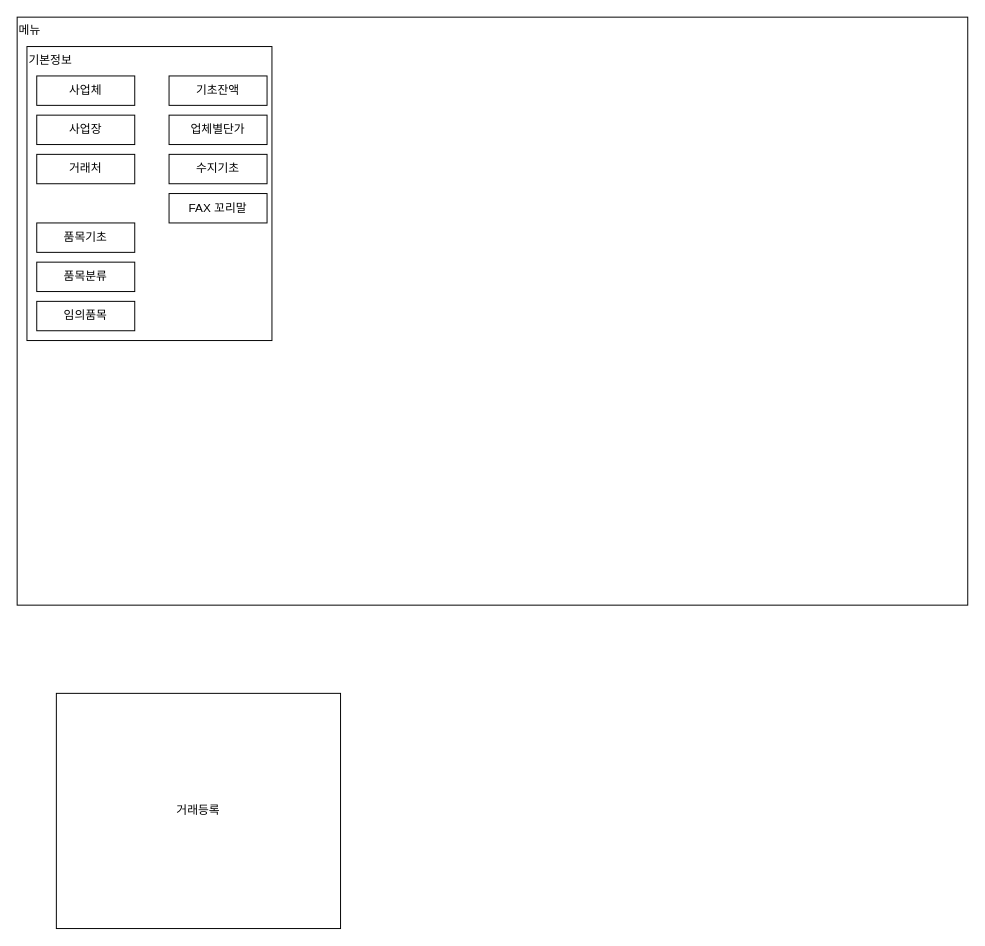
This is Untitled Diagram.drawio from JHKim8212/ERP_Design, a draw.io file, before an edit. Source tidied: cells renumbered, new cells numbered last; positions are measured from the earlier drawing's top-left corner, leaving out a move shared by most shapes. Both pictures are drawn from the tidied source at 98%, with x=0, y=0 at pixel (17, 17).
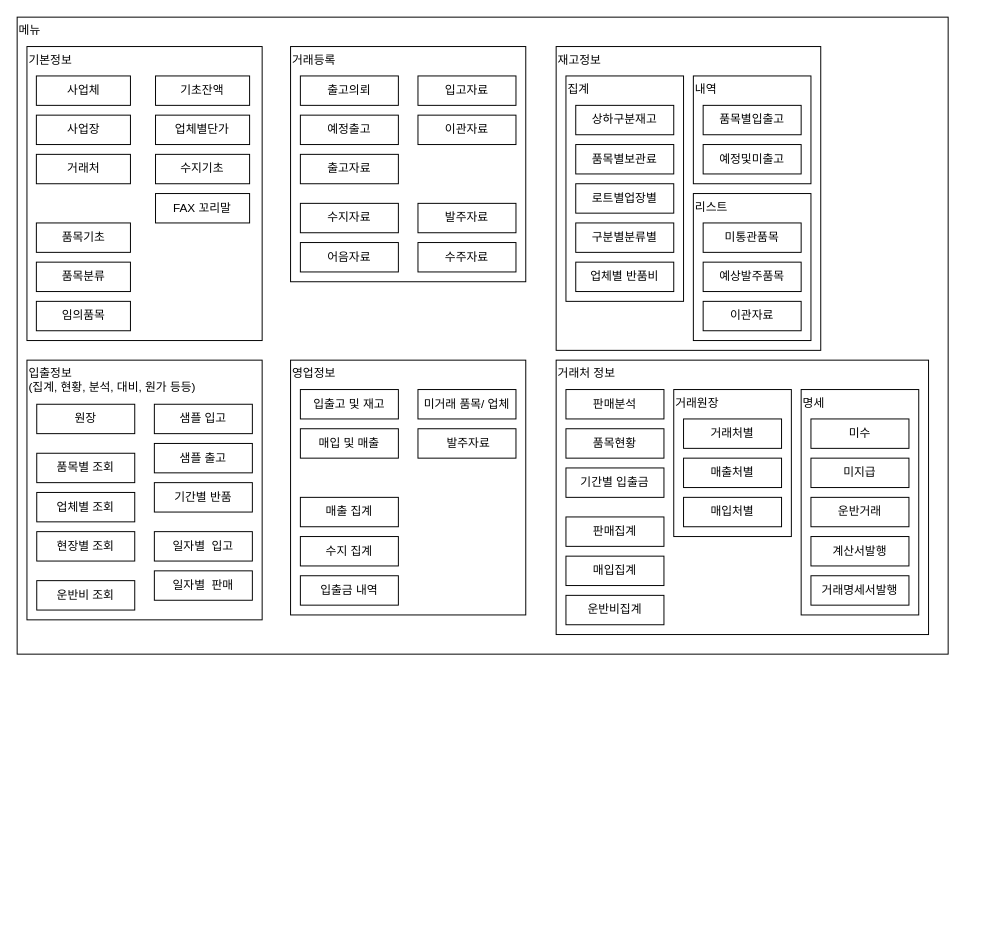
The same page after the edit.

Commit message:
Draw Menu

The edit, as a diff of the source:
```diff
@@
     <mxCell id="2" value="메뉴" style="rounded=0;whiteSpace=wrap;html=1;verticalAlign=top;align=left;" parent="1" vertex="1">
-      <mxGeometry width="970" height="600" as="geometry" />
+      <mxGeometry width="950" height="650" as="geometry" />
     </mxCell>
     <mxCell id="3" style="group;" parent="1" vertex="1">
-      <mxGeometry x="10" y="30" width="250" height="300" as="geometry" />
+      <mxGeometry x="10" y="30" width="240" height="300" as="geometry" />
     </mxCell>
     <mxCell id="4" value="기본정보" style="rounded=0;whiteSpace=wrap;html=1;verticalAlign=top;align=left;" parent="3" vertex="1">
-      <mxGeometry width="250" height="300" as="geometry" />
+      <mxGeometry width="240" height="300" as="geometry" />
     </mxCell>
     <mxCell id="5" value="사업체" style="rounded=0;whiteSpace=wrap;html=1;" parent="3" vertex="1">
-      <mxGeometry x="10" y="30" width="100" height="30" as="geometry" />
+      <mxGeometry x="9.6" y="30" width="96" height="30" as="geometry" />
     </mxCell>
     <mxCell id="6" value="기초잔액" style="rounded=0;whiteSpace=wrap;html=1;" parent="3" vertex="1">
-      <mxGeometry x="145" y="30" width="100" height="30" as="geometry" />
+      <mxGeometry x="131.2" y="30" width="96" height="30" as="geometry" />
     </mxCell>
     <mxCell id="7" value="FAX 꼬리말" style="rounded=0;whiteSpace=wrap;html=1;" parent="3" vertex="1">
-      <mxGeometry x="145" y="150" width="100" height="30" as="geometry" />
+      <mxGeometry x="131.2" y="150" width="96" height="30" as="geometry" />
     </mxCell>
-    <mxCell id="8" value="수지기초" style="rounded=0;whiteSpace=wrap;html=1;" parent="3" vertex="1">
-      <mxGeometry x="145" y="110" width="100" height="30" as="geometry" />
-    </mxCell>
     <mxCell id="9" value="품목기초" style="rounded=0;whiteSpace=wrap;html=1;" parent="3" vertex="1">
-      <mxGeometry x="10" y="180" width="100" height="30" as="geometry" />
+      <mxGeometry x="9.6" y="180" width="96" height="30" as="geometry" />
     </mxCell>
     <mxCell id="10" value="사업장" style="rounded=0;whiteSpace=wrap;html=1;" parent="3" vertex="1">
-      <mxGeometry x="10" y="70" width="100" height="30" as="geometry" />
+      <mxGeometry x="9.6" y="70" width="96" height="30" as="geometry" />
     </mxCell>
     <mxCell id="11" value="거래처" style="rounded=0;whiteSpace=wrap;html=1;" parent="3" vertex="1">
-      <mxGeometry x="10" y="110" width="100" height="30" as="geometry" />
+      <mxGeometry x="9.6" y="110" width="96" height="30" as="geometry" />
     </mxCell>
     <mxCell id="12" value="품목분류" style="rounded=0;whiteSpace=wrap;html=1;" parent="3" vertex="1">
-      <mxGeometry x="10" y="220" width="100" height="30" as="geometry" />
+      <mxGeometry x="9.6" y="220" width="96" height="30" as="geometry" />
     </mxCell>
+    <mxCell id="14" value="임의품목" style="rounded=0;whiteSpace=wrap;html=1;" parent="3" vertex="1">
+      <mxGeometry x="9.6" y="260" width="96" height="30" as="geometry" />
+    </mxCell>
     <mxCell id="13" value="업체별단가" style="rounded=0;whiteSpace=wrap;html=1;" parent="3" vertex="1">
-      <mxGeometry x="145" y="70" width="100" height="30" as="geometry" />
+      <mxGeometry x="131.2" y="70" width="96" height="30" as="geometry" />
     </mxCell>
-    <mxCell id="14" value="임의품목" style="rounded=0;whiteSpace=wrap;html=1;" parent="3" vertex="1">
-      <mxGeometry x="10" y="260" width="100" height="30" as="geometry" />
-    </mxCell>
+    <mxCell id="8" value="수지기초" style="rounded=0;whiteSpace=wrap;html=1;" parent="3" vertex="1">
+      <mxGeometry x="131.2" y="110" width="96" height="30" as="geometry" />
+    </mxCell>
+    <mxCell id="16" style="group;" parent="1" vertex="1">
+      <mxGeometry x="279" y="30" width="240" height="240" as="geometry" />
+    </mxCell>
-    <mxCell id="15" value="거래등록" style="rounded=0;whiteSpace=wrap;html=1;" parent="1" vertex="1">
-      <mxGeometry x="40" y="690" width="290" height="240" as="geometry" />
+    <mxCell id="15" value="거래등록" style="rounded=0;whiteSpace=wrap;html=1;verticalAlign=top;align=left;" parent="16" vertex="1">
+      <mxGeometry width="240" height="240" as="geometry" />
     </mxCell>
+    <mxCell id="17" value="수주자료" style="rounded=0;whiteSpace=wrap;html=1;" parent="16" vertex="1">
+      <mxGeometry x="130" y="200" width="100" height="30" as="geometry" />
+    </mxCell>
+    <mxCell id="18" value="발주자료" style="rounded=0;whiteSpace=wrap;html=1;" parent="16" vertex="1">
+      <mxGeometry x="130" y="160" width="100" height="30" as="geometry" />
+    </mxCell>
+    <mxCell id="19" value="어음자료" style="rounded=0;whiteSpace=wrap;html=1;" parent="16" vertex="1">
+      <mxGeometry x="10" y="200" width="100" height="30" as="geometry" />
+    </mxCell>
+    <mxCell id="20" value="수지자료" style="rounded=0;whiteSpace=wrap;html=1;" parent="16" vertex="1">
+      <mxGeometry x="10" y="160" width="100" height="30" as="geometry" />
+    </mxCell>
+    <mxCell id="21" value="이관자료" style="rounded=0;whiteSpace=wrap;html=1;" parent="16" vertex="1">
+      <mxGeometry x="130" y="70" width="100" height="30" as="geometry" />
+    </mxCell>
+    <mxCell id="22" value="입고자료" style="rounded=0;whiteSpace=wrap;html=1;" parent="16" vertex="1">
+      <mxGeometry x="130" y="30" width="100" height="30" as="geometry" />
+    </mxCell>
+    <mxCell id="23" value="예정출고" style="rounded=0;whiteSpace=wrap;html=1;" parent="16" vertex="1">
+      <mxGeometry x="10" y="70" width="100" height="30" as="geometry" />
+    </mxCell>
+    <mxCell id="24" value="출고자료" style="rounded=0;whiteSpace=wrap;html=1;" parent="16" vertex="1">
+      <mxGeometry x="10" y="110" width="100" height="30" as="geometry" />
+    </mxCell>
+    <mxCell id="25" value="출고의뢰" style="rounded=0;whiteSpace=wrap;html=1;" parent="16" vertex="1">
+      <mxGeometry x="10" y="30" width="100" height="30" as="geometry" />
+    </mxCell>
+    <mxCell id="26" style="group;" parent="1" vertex="1">
+      <mxGeometry x="550" y="30" width="270" height="310" as="geometry" />
+    </mxCell>
+    <mxCell id="27" value="재고정보" style="rounded=0;whiteSpace=wrap;html=1;verticalAlign=top;align=left;" parent="26" vertex="1">
+      <mxGeometry width="270" height="310" as="geometry" />
+    </mxCell>
+    <mxCell id="28" value="리스트" style="rounded=0;whiteSpace=wrap;html=1;verticalAlign=top;align=left;" parent="26" vertex="1">
+      <mxGeometry x="140" y="150" width="120" height="150" as="geometry" />
+    </mxCell>
+    <mxCell id="29" value="내역" style="rounded=0;whiteSpace=wrap;html=1;verticalAlign=top;align=left;" parent="26" vertex="1">
+      <mxGeometry x="140" y="30" width="120" height="110" as="geometry" />
+    </mxCell>
+    <mxCell id="30" value="집계" style="rounded=0;whiteSpace=wrap;html=1;verticalAlign=top;align=left;" parent="26" vertex="1">
+      <mxGeometry x="10" y="30" width="120" height="230" as="geometry" />
+    </mxCell>
+    <mxCell id="31" value="예정및미출고" style="rounded=0;whiteSpace=wrap;html=1;" parent="26" vertex="1">
+      <mxGeometry x="150" y="100" width="100" height="30" as="geometry" />
+    </mxCell>
+    <mxCell id="32" value="품목별입출고" style="rounded=0;whiteSpace=wrap;html=1;" parent="26" vertex="1">
+      <mxGeometry x="150" y="60" width="100" height="30" as="geometry" />
+    </mxCell>
+    <mxCell id="33" value="업체별 반품비" style="rounded=0;whiteSpace=wrap;html=1;" parent="26" vertex="1">
+      <mxGeometry x="20" y="220" width="100" height="30" as="geometry" />
+    </mxCell>
+    <mxCell id="34" value="구분별분류별" style="rounded=0;whiteSpace=wrap;html=1;" parent="26" vertex="1">
+      <mxGeometry x="20" y="180" width="100" height="30" as="geometry" />
+    </mxCell>
+    <mxCell id="35" value="로트별업장별" style="rounded=0;whiteSpace=wrap;html=1;" parent="26" vertex="1">
+      <mxGeometry x="20" y="140" width="100" height="30" as="geometry" />
+    </mxCell>
+    <mxCell id="36" value="품목별보관료" style="rounded=0;whiteSpace=wrap;html=1;" parent="26" vertex="1">
+      <mxGeometry x="20" y="100" width="100" height="30" as="geometry" />
+    </mxCell>
+    <mxCell id="37" value="상하구분재고" style="rounded=0;whiteSpace=wrap;html=1;" parent="26" vertex="1">
+      <mxGeometry x="20" y="60" width="100" height="30" as="geometry" />
+    </mxCell>
+    <mxCell id="38" value="미통관품목" style="rounded=0;whiteSpace=wrap;html=1;" parent="26" vertex="1">
+      <mxGeometry x="150" y="180" width="100" height="30" as="geometry" />
+    </mxCell>
+    <mxCell id="39" value="예상발주품목" style="rounded=0;whiteSpace=wrap;html=1;" parent="26" vertex="1">
+      <mxGeometry x="150" y="220" width="100" height="30" as="geometry" />
+    </mxCell>
+    <mxCell id="40" value="이관자료" style="rounded=0;whiteSpace=wrap;html=1;" parent="26" vertex="1">
+      <mxGeometry x="150" y="260" width="100" height="30" as="geometry" />
+    </mxCell>
+    <mxCell id="41" style="group;" parent="1" vertex="1">
+      <mxGeometry x="10" y="350" width="240" height="265" as="geometry" />
+    </mxCell>
+    <mxCell id="42" value="입출정보&lt;br&gt;(집계, 현황, 분석, 대비, 원가 등등)" style="rounded=0;whiteSpace=wrap;html=1;verticalAlign=top;align=left;" parent="41" vertex="1">
+      <mxGeometry width="240" height="265" as="geometry" />
+    </mxCell>
+    <mxCell id="43" value="현장별 조회" style="rounded=0;whiteSpace=wrap;html=1;" parent="41" vertex="1">
+      <mxGeometry x="10" y="175" width="100" height="30" as="geometry" />
+    </mxCell>
+    <mxCell id="44" value="기간별 반품" style="rounded=0;whiteSpace=wrap;html=1;" parent="41" vertex="1">
+      <mxGeometry x="130" y="125" width="100" height="30" as="geometry" />
+    </mxCell>
+    <mxCell id="45" value="샘플 입고" style="rounded=0;whiteSpace=wrap;html=1;" parent="41" vertex="1">
+      <mxGeometry x="130" y="45" width="100" height="30" as="geometry" />
+    </mxCell>
+    <mxCell id="46" value="업체별 조회" style="rounded=0;whiteSpace=wrap;html=1;" parent="41" vertex="1">
+      <mxGeometry x="10" y="135" width="100" height="30" as="geometry" />
+    </mxCell>
+    <mxCell id="47" value="품목별 조회" style="rounded=0;whiteSpace=wrap;html=1;" parent="41" vertex="1">
+      <mxGeometry x="10" y="95" width="100" height="30" as="geometry" />
+    </mxCell>
+    <mxCell id="48" value="원장" style="rounded=0;whiteSpace=wrap;html=1;" parent="41" vertex="1">
+      <mxGeometry x="10" y="45" width="100" height="30" as="geometry" />
+    </mxCell>
+    <mxCell id="49" value="샘플 출고" style="rounded=0;whiteSpace=wrap;html=1;" parent="41" vertex="1">
+      <mxGeometry x="130" y="85" width="100" height="30" as="geometry" />
+    </mxCell>
+    <mxCell id="50" value="운반비 조회" style="rounded=0;whiteSpace=wrap;html=1;" parent="41" vertex="1">
+      <mxGeometry x="10" y="225" width="100" height="30" as="geometry" />
+    </mxCell>
+    <mxCell id="51" value="일자별&amp;nbsp; 입고" style="rounded=0;whiteSpace=wrap;html=1;" parent="41" vertex="1">
+      <mxGeometry x="130" y="175" width="100" height="30" as="geometry" />
+    </mxCell>
+    <mxCell id="52" value="일자별&amp;nbsp; 판매" style="rounded=0;whiteSpace=wrap;html=1;" parent="41" vertex="1">
+      <mxGeometry x="130" y="215" width="100" height="30" as="geometry" />
+    </mxCell>
+    <mxCell id="53" style="group;" parent="1" vertex="1">
+      <mxGeometry x="279" y="350" width="240" height="260" as="geometry" />
+    </mxCell>
+    <mxCell id="54" value="영업정보" style="rounded=0;whiteSpace=wrap;html=1;verticalAlign=top;align=left;" parent="53" vertex="1">
+      <mxGeometry width="240" height="260" as="geometry" />
+    </mxCell>
+    <mxCell id="55" value="미거래 품목/ 업체" style="rounded=0;whiteSpace=wrap;html=1;" parent="53" vertex="1">
+      <mxGeometry x="130" y="30" width="100" height="30" as="geometry" />
+    </mxCell>
+    <mxCell id="56" value="&amp;nbsp;발주자료" style="rounded=0;whiteSpace=wrap;html=1;" parent="53" vertex="1">
+      <mxGeometry x="130" y="70" width="100" height="30" as="geometry" />
+    </mxCell>
+    <mxCell id="57" value="매입 및 매출" style="rounded=0;whiteSpace=wrap;html=1;" parent="53" vertex="1">
+      <mxGeometry x="10" y="70" width="100" height="30" as="geometry" />
+    </mxCell>
+    <mxCell id="58" value="입출금 내역" style="rounded=0;whiteSpace=wrap;html=1;" parent="53" vertex="1">
+      <mxGeometry x="10" y="220" width="100" height="30" as="geometry" />
+    </mxCell>
+    <mxCell id="59" value="수지 집계" style="rounded=0;whiteSpace=wrap;html=1;" parent="53" vertex="1">
+      <mxGeometry x="10" y="180" width="100" height="30" as="geometry" />
+    </mxCell>
+    <mxCell id="60" value="매출 집계" style="rounded=0;whiteSpace=wrap;html=1;" parent="53" vertex="1">
+      <mxGeometry x="10" y="140" width="100" height="30" as="geometry" />
+    </mxCell>
+    <mxCell id="61" value="입출고 및 재고" style="rounded=0;whiteSpace=wrap;html=1;" parent="53" vertex="1">
+      <mxGeometry x="10" y="30" width="100" height="30" as="geometry" />
+    </mxCell>
+    <mxCell id="62" style="group;" parent="1" vertex="1">
+      <mxGeometry x="550" y="350" width="380" height="280" as="geometry" />
+    </mxCell>
+    <mxCell id="63" value="거래처 정보" style="rounded=0;whiteSpace=wrap;html=1;verticalAlign=top;align=left;" parent="62" vertex="1">
+      <mxGeometry width="380" height="280" as="geometry" />
+    </mxCell>
+    <mxCell id="64" value="운반비집계" style="rounded=0;whiteSpace=wrap;html=1;" parent="62" vertex="1">
+      <mxGeometry x="10" y="240" width="100" height="30" as="geometry" />
+    </mxCell>
+    <mxCell id="65" value="판매집계" style="rounded=0;whiteSpace=wrap;html=1;" parent="62" vertex="1">
+      <mxGeometry x="10" y="160" width="100" height="30" as="geometry" />
+    </mxCell>
+    <mxCell id="66" value="기간별 입출금" style="rounded=0;whiteSpace=wrap;html=1;" parent="62" vertex="1">
+      <mxGeometry x="10" y="110" width="100" height="30" as="geometry" />
+    </mxCell>
+    <mxCell id="67" value="품목현황" style="rounded=0;whiteSpace=wrap;html=1;" parent="62" vertex="1">
+      <mxGeometry x="10" y="70" width="100" height="30" as="geometry" />
+    </mxCell>
+    <mxCell id="68" value="판매분석" style="rounded=0;whiteSpace=wrap;html=1;" parent="62" vertex="1">
+      <mxGeometry x="10" y="30" width="100" height="30" as="geometry" />
+    </mxCell>
+    <mxCell id="69" style="group;" parent="62" vertex="1">
+      <mxGeometry x="120" y="30" width="120" height="150" as="geometry" />
+    </mxCell>
+    <mxCell id="70" value="거래원장" style="rounded=0;whiteSpace=wrap;html=1;verticalAlign=top;align=left;" parent="69" vertex="1">
+      <mxGeometry width="120" height="150" as="geometry" />
+    </mxCell>
+    <mxCell id="71" value="매출처별" style="rounded=0;whiteSpace=wrap;html=1;" parent="69" vertex="1">
+      <mxGeometry x="10" y="70" width="100" height="30" as="geometry" />
+    </mxCell>
+    <mxCell id="72" value="매입처별" style="rounded=0;whiteSpace=wrap;html=1;" parent="69" vertex="1">
+      <mxGeometry x="10" y="110" width="100" height="30" as="geometry" />
+    </mxCell>
+    <mxCell id="73" value="거래처별" style="rounded=0;whiteSpace=wrap;html=1;" parent="69" vertex="1">
+      <mxGeometry x="10" y="30" width="100" height="30" as="geometry" />
+    </mxCell>
+    <mxCell id="74" style="group;" parent="62" vertex="1">
+      <mxGeometry x="250" y="30" width="120" height="230" as="geometry" />
+    </mxCell>
+    <mxCell id="75" value="명세" style="rounded=0;whiteSpace=wrap;html=1;verticalAlign=top;align=left;" parent="74" vertex="1">
+      <mxGeometry width="120" height="230" as="geometry" />
+    </mxCell>
+    <mxCell id="76" value="미수" style="rounded=0;whiteSpace=wrap;html=1;" parent="74" vertex="1">
+      <mxGeometry x="10" y="30" width="100" height="30" as="geometry" />
+    </mxCell>
+    <mxCell id="77" value="미지급" style="rounded=0;whiteSpace=wrap;html=1;" parent="74" vertex="1">
+      <mxGeometry x="10" y="70" width="100" height="30" as="geometry" />
+    </mxCell>
+    <mxCell id="78" value="운반거래" style="rounded=0;whiteSpace=wrap;html=1;" parent="74" vertex="1">
+      <mxGeometry x="10" y="110" width="100" height="30" as="geometry" />
+    </mxCell>
+    <mxCell id="79" value="계산서발행" style="rounded=0;whiteSpace=wrap;html=1;" parent="74" vertex="1">
+      <mxGeometry x="10" y="150" width="100" height="30" as="geometry" />
+    </mxCell>
+    <mxCell id="80" value="거래명세서발행" style="rounded=0;whiteSpace=wrap;html=1;" parent="74" vertex="1">
+      <mxGeometry x="10" y="190" width="100" height="30" as="geometry" />
+    </mxCell>
+    <mxCell id="81" value="매입집계" style="rounded=0;whiteSpace=wrap;html=1;" parent="62" vertex="1">
+      <mxGeometry x="10" y="200" width="100" height="30" as="geometry" />
+    </mxCell>
```
